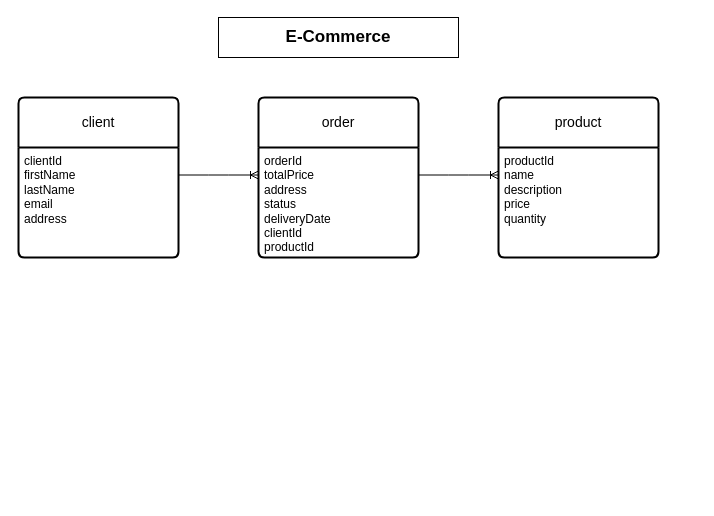
Earlier version of the draw.io diagram hw-3/ECommerce.drawio (danilovvvladimir/TL-Practice-2023). Source tidied: cells renumbered, new cells numbered last; positions are measured from the earlier drawing's top-left corner, leaving out a move shared by most shapes. Both pictures are drawn from the tidied source at 100%, with x=0, y=0 at pixel (18, 17).
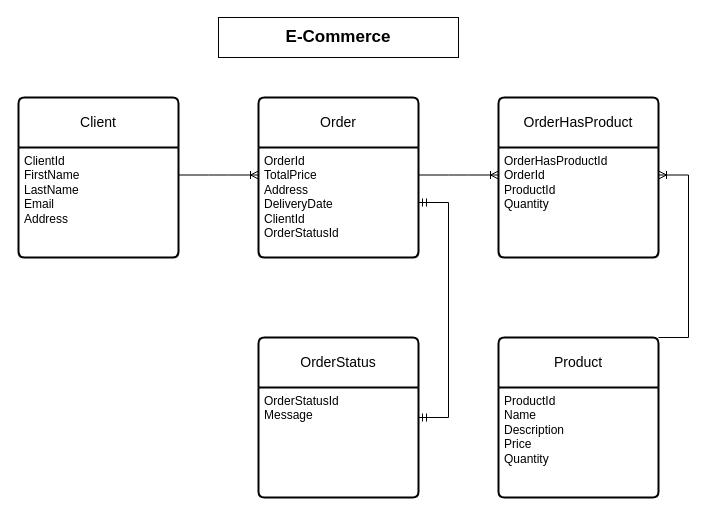
The same page after the edit.

Commit message (it also covers changes not shown here):
Расширил доменную область, добавил 2 новых сущности - OrderStatus & OrderHasProduct

What changed in the source:
```diff
@@
 <mxGraphModel>
   <root>
     <mxCell id="0" />
     <mxCell id="1" parent="0" />
     <mxCell id="2" value="&lt;b&gt;&lt;font style=&quot;font-size: 17px;&quot;&gt;E-Commerce&lt;/font&gt;&lt;/b&gt;" style="text;html=1;strokeColor=default;fillColor=none;align=center;verticalAlign=middle;whiteSpace=wrap;rounded=0;" parent="1" vertex="1">
       <mxGeometry x="200" width="240" height="40" as="geometry" />
     </mxCell>
-    <mxCell id="3" value="product" style="swimlane;horizontal=1;startSize=50;rounded=1;fontSize=14;fontStyle=0;strokeWidth=2;shadow=0;dashed=0;align=center;arcSize=4;whiteSpace=wrap;html=1;" parent="1" vertex="1">
-      <mxGeometry x="480" y="80" width="160" height="160" as="geometry" />
+    <mxCell id="3" value="Product" style="swimlane;horizontal=1;startSize=50;rounded=1;fontSize=14;fontStyle=0;strokeWidth=2;shadow=0;dashed=0;align=center;arcSize=4;whiteSpace=wrap;html=1;" parent="1" vertex="1">
+      <mxGeometry x="480" y="320" width="160" height="160" as="geometry" />
     </mxCell>
-    <mxCell id="4" value="productId&lt;br&gt;name&lt;br&gt;description&lt;br&gt;price&lt;br&gt;quantity" style="align=left;strokeColor=none;fillColor=none;spacingLeft=4;fontSize=12;verticalAlign=top;html=1;" parent="3" vertex="1">
+    <mxCell id="4" value="ProductId&lt;br&gt;Name&lt;br&gt;Description&lt;br&gt;Price&lt;br&gt;Quantity" style="align=left;strokeColor=none;fillColor=none;spacingLeft=4;fontSize=12;verticalAlign=top;html=1;" parent="3" vertex="1">
       <mxGeometry y="50" width="160" height="110" as="geometry" />
     </mxCell>
-    <mxCell id="5" value="client" style="swimlane;horizontal=1;startSize=50;rounded=1;fontSize=14;fontStyle=0;strokeWidth=2;shadow=0;dashed=0;align=center;arcSize=4;whiteSpace=wrap;html=1;" parent="1" vertex="1">
+    <mxCell id="5" value="Client" style="swimlane;horizontal=1;startSize=50;rounded=1;fontSize=14;fontStyle=0;strokeWidth=2;shadow=0;dashed=0;align=center;arcSize=4;whiteSpace=wrap;html=1;" parent="1" vertex="1">
       <mxGeometry y="80" width="160" height="160" as="geometry" />
     </mxCell>
-    <mxCell id="6" value="clientId&lt;br&gt;firstName&lt;br&gt;lastName&lt;br&gt;email&lt;br&gt;address" style="align=left;strokeColor=none;fillColor=none;spacingLeft=4;fontSize=12;verticalAlign=top;html=1;" parent="5" vertex="1">
+    <mxCell id="6" value="ClientId&lt;br&gt;FirstName&lt;br&gt;LastName&lt;br&gt;Email&lt;br&gt;Address" style="align=left;strokeColor=none;fillColor=none;spacingLeft=4;fontSize=12;verticalAlign=top;html=1;" parent="5" vertex="1">
       <mxGeometry y="50" width="160" height="110" as="geometry" />
     </mxCell>
-    <mxCell id="7" value="order" style="swimlane;horizontal=1;startSize=50;rounded=1;fontSize=14;fontStyle=0;strokeWidth=2;shadow=0;dashed=0;align=center;arcSize=4;whiteSpace=wrap;html=1;" parent="1" vertex="1">
+    <mxCell id="7" value="Order" style="swimlane;horizontal=1;startSize=50;rounded=1;fontSize=14;fontStyle=0;strokeWidth=2;shadow=0;dashed=0;align=center;arcSize=4;whiteSpace=wrap;html=1;" parent="1" vertex="1">
       <mxGeometry x="240" y="80" width="160" height="160" as="geometry" />
     </mxCell>
-    <mxCell id="8" value="orderId&lt;br&gt;totalPrice&lt;br&gt;address&lt;br&gt;status&lt;br&gt;deliveryDate&lt;br&gt;clientId&lt;br&gt;productId" style="align=left;strokeColor=none;fillColor=none;spacingLeft=4;fontSize=12;verticalAlign=top;html=1;" parent="7" vertex="1">
+    <mxCell id="8" value="OrderId&lt;br&gt;TotalPrice&lt;br&gt;Address&lt;br&gt;DeliveryDate&lt;br&gt;ClientId&lt;br&gt;OrderStatusId" style="align=left;strokeColor=none;fillColor=none;spacingLeft=4;fontSize=12;verticalAlign=top;html=1;" parent="7" vertex="1">
       <mxGeometry y="50" width="160" height="110" as="geometry" />
     </mxCell>
     <mxCell id="9" style="edgeStyle=entityRelationEdgeStyle;fontSize=12;html=1;endArrow=ERoneToMany;rounded=0;exitX=1;exitY=0.25;exitDx=0;exitDy=0;entryX=0;entryY=0.25;entryDx=0;entryDy=0;" parent="1" edge="1" source="6" target="8">
       <mxGeometry relative="1" as="geometry" />
     </mxCell>
-    <mxCell id="10" style="edgeStyle=entityRelationEdgeStyle;fontSize=12;html=1;endArrow=ERoneToMany;rounded=0;exitX=1;exitY=0.25;exitDx=0;exitDy=0;entryX=0;entryY=0.25;entryDx=0;entryDy=0;" parent="1" edge="1" source="8" target="4">
-      <mxGeometry relative="1" as="geometry" />
-    </mxCell>
+    <mxCell id="11" value="OrderHasProduct" style="swimlane;horizontal=1;startSize=50;rounded=1;fontSize=14;fontStyle=0;strokeWidth=2;shadow=0;dashed=0;align=center;arcSize=4;whiteSpace=wrap;html=1;" parent="1" vertex="1">
+      <mxGeometry x="480" y="80" width="160" height="160" as="geometry" />
+    </mxCell>
+    <mxCell id="12" value="OrderHasProductId&lt;br&gt;OrderId&lt;br&gt;ProductId&lt;br&gt;Quantity" style="align=left;strokeColor=none;fillColor=none;spacingLeft=4;fontSize=12;verticalAlign=top;html=1;" parent="11" vertex="1">
+      <mxGeometry y="50" width="160" height="110" as="geometry" />
+    </mxCell>
+    <mxCell id="13" style="edgeStyle=entityRelationEdgeStyle;fontSize=12;html=1;endArrow=ERoneToMany;rounded=0;exitX=1;exitY=0.25;exitDx=0;exitDy=0;entryX=0;entryY=0.25;entryDx=0;entryDy=0;" parent="1" edge="1" source="8" target="12">
+      <mxGeometry relative="1" as="geometry" />
+    </mxCell>
+    <mxCell id="14" style="edgeStyle=entityRelationEdgeStyle;fontSize=12;html=1;endArrow=ERoneToMany;rounded=0;exitX=1;exitY=0;exitDx=0;exitDy=0;entryX=1;entryY=0.25;entryDx=0;entryDy=0;" parent="1" edge="1" source="3" target="12">
+      <mxGeometry relative="1" as="geometry" />
+    </mxCell>
+    <mxCell id="15" value="OrderStatus" style="swimlane;horizontal=1;startSize=50;rounded=1;fontSize=14;fontStyle=0;strokeWidth=2;shadow=0;dashed=0;align=center;arcSize=4;whiteSpace=wrap;html=1;" parent="1" vertex="1">
+      <mxGeometry x="240" y="320" width="160" height="160" as="geometry" />
+    </mxCell>
+    <mxCell id="16" value="OrderStatusId&lt;br&gt;Message" style="align=left;strokeColor=none;fillColor=none;spacingLeft=4;fontSize=12;verticalAlign=top;html=1;" parent="15" vertex="1">
+      <mxGeometry y="50" width="160" height="110" as="geometry" />
+    </mxCell>
+    <mxCell id="17" style="edgeStyle=entityRelationEdgeStyle;fontSize=12;html=1;endArrow=ERmandOne;startArrow=ERmandOne;rounded=0;entryX=1;entryY=0.5;entryDx=0;entryDy=0;" parent="1" edge="1" source="15" target="8">
+      <mxGeometry relative="1" as="geometry">
+        <Array as="points">
+          <mxPoint x="180" y="280" />
+        </Array>
+      </mxGeometry>
+    </mxCell>
   </root>
 </mxGraphModel>
```
